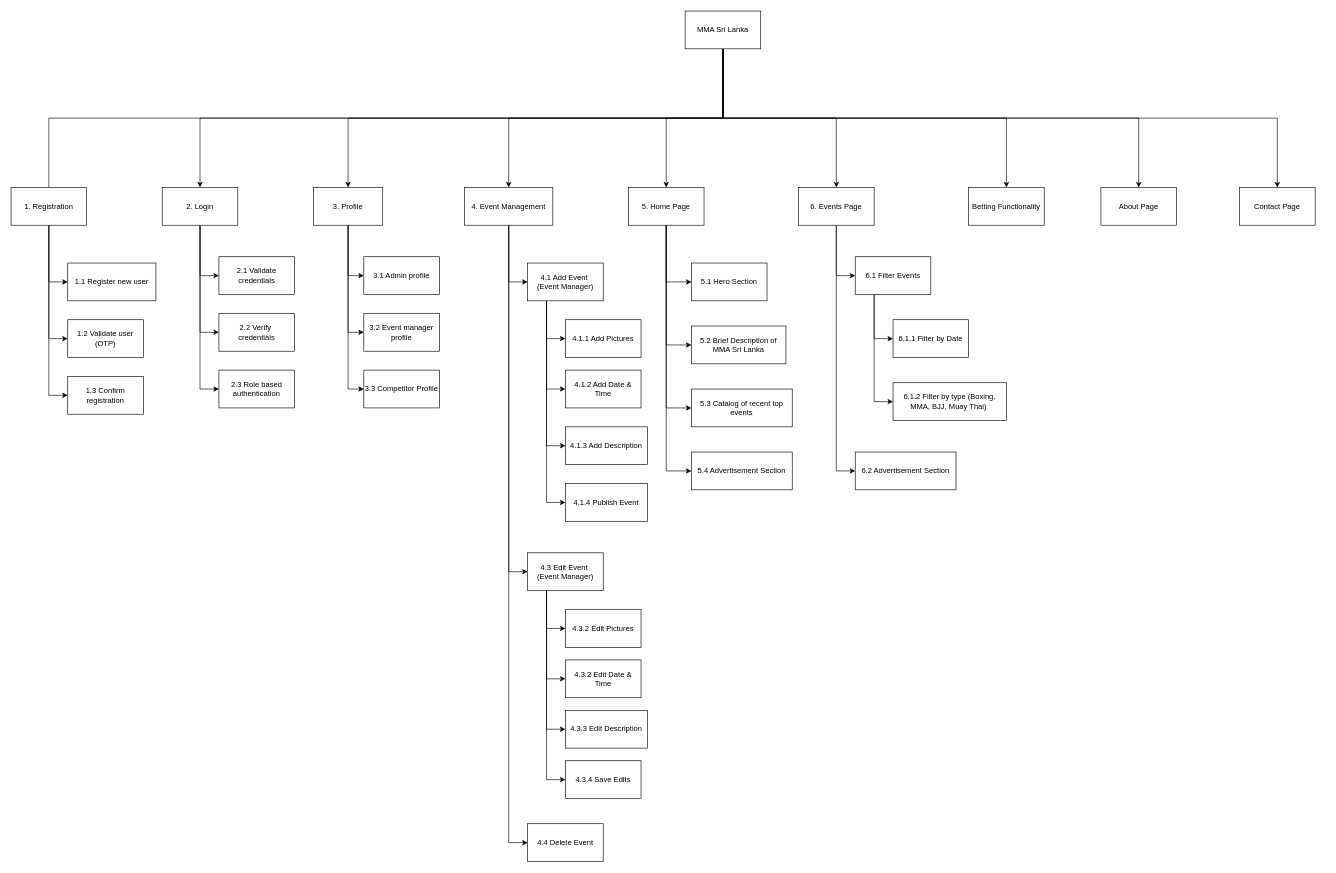
This is PM WBS V1.drawio from redhooddev/diagrams, a draw.io file, before an edit. Source tidied: cells renumbered, new cells numbered last; positions are measured from the earlier drawing's top-left corner, leaving out a move shared by most shapes. Both pictures are drawn from the tidied source at 63%, with x=0, y=0 at pixel (11, 11).
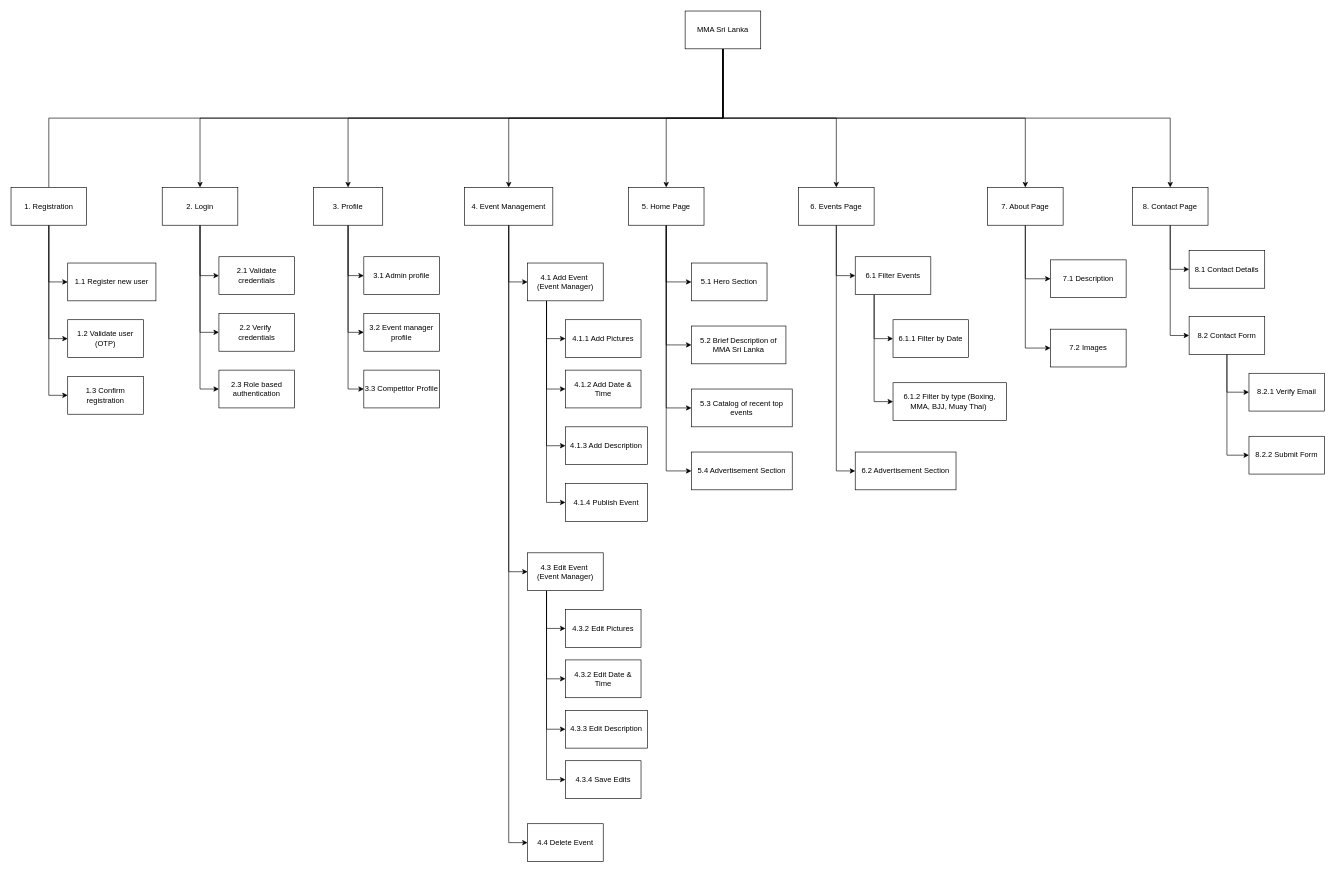
The same diagram, later.

The change refers to these unchanged cells:
```xml
<mxCell id="11" value="MMA Sri Lanka" style="rounded=0;whiteSpace=wrap;html=1;" parent="1" vertex="1">
  <mxGeometry x="1070" width="120" height="60" as="geometry" />
</mxCell>
```

What changed in the source:
```diff
@@
-    <mxCell id="8" style="edgeStyle=orthogonalEdgeStyle;rounded=0;jettySize=auto;html=1;exitX=0.5;exitY=1;exitDx=0;exitDy=0;entryX=0.5;entryY=0;entryDx=0;entryDy=0;" parent="1" edge="1" source="11" target="64">
-      <mxGeometry relative="1" as="geometry" />
-    </mxCell>
@@
-    <mxCell id="10" style="edgeStyle=orthogonalEdgeStyle;rounded=0;jettySize=auto;html=1;exitX=0.5;exitY=1;exitDx=0;exitDy=0;" parent="1" edge="1" source="11" target="36">
+    <mxCell id="10" style="edgeStyle=orthogonalEdgeStyle;rounded=0;jettySize=auto;html=1;exitX=0.5;exitY=1;exitDx=0;exitDy=0;entryX=0.5;entryY=0;entryDx=0;entryDy=0;" parent="1" edge="1" source="11" target="36">
       <mxGeometry relative="1" as="geometry" />
     </mxCell>
@@
+    <mxCell id="78" style="edgeStyle=orthogonalEdgeStyle;rounded=0;jettySize=auto;html=1;exitX=0.5;exitY=1;exitDx=0;exitDy=0;entryX=0;entryY=0.5;entryDx=0;entryDy=0;" parent="1" edge="1" source="36" target="84">
+      <mxGeometry relative="1" as="geometry" />
+    </mxCell>
+    <mxCell id="79" style="edgeStyle=orthogonalEdgeStyle;rounded=0;jettySize=auto;html=1;exitX=0.5;exitY=1;exitDx=0;exitDy=0;entryX=0;entryY=0.5;entryDx=0;entryDy=0;" parent="1" edge="1" source="36" target="87">
+      <mxGeometry relative="1" as="geometry" />
+    </mxCell>
-    <mxCell id="36" value="Contact Page" style="rounded=0;whiteSpace=wrap;html=1;" parent="1" vertex="1">
-      <mxGeometry x="1950" y="280" width="120" height="60" as="geometry" />
+    <mxCell id="36" value="8. Contact Page" style="rounded=0;whiteSpace=wrap;html=1;" parent="1" vertex="1">
+      <mxGeometry x="1780" y="280" width="120" height="60" as="geometry" />
     </mxCell>
+    <mxCell id="80" style="edgeStyle=orthogonalEdgeStyle;rounded=0;jettySize=auto;html=1;exitX=0.5;exitY=1;exitDx=0;exitDy=0;entryX=0;entryY=0.5;entryDx=0;entryDy=0;" parent="1" edge="1" source="37" target="82">
+      <mxGeometry relative="1" as="geometry" />
+    </mxCell>
+    <mxCell id="81" style="edgeStyle=orthogonalEdgeStyle;rounded=0;jettySize=auto;html=1;exitX=0.5;exitY=1;exitDx=0;exitDy=0;entryX=0;entryY=0.5;entryDx=0;entryDy=0;" parent="1" edge="1" source="37" target="83">
+      <mxGeometry relative="1" as="geometry" />
+    </mxCell>
-    <mxCell id="37" value="About Page" style="rounded=0;whiteSpace=wrap;html=1;" parent="1" vertex="1">
-      <mxGeometry x="1730" y="280" width="120" height="60" as="geometry" />
+    <mxCell id="37" value="7. About Page" style="rounded=0;whiteSpace=wrap;html=1;" parent="1" vertex="1">
+      <mxGeometry x="1550" y="280" width="120" height="60" as="geometry" />
     </mxCell>
@@
-    <mxCell id="64" value="Betting Functionality" style="rounded=0;whiteSpace=wrap;html=1;" parent="1" vertex="1">
-      <mxGeometry x="1520" y="280" width="120" height="60" as="geometry" />
-    </mxCell>
@@
+    <mxCell id="82" value="7.1 Description" style="rounded=0;whiteSpace=wrap;html=1;" parent="1" vertex="1">
+      <mxGeometry x="1650" y="395" width="120" height="60" as="geometry" />
+    </mxCell>
+    <mxCell id="83" value="7.2 Images" style="rounded=0;whiteSpace=wrap;html=1;" parent="1" vertex="1">
+      <mxGeometry x="1650" y="505" width="120" height="60" as="geometry" />
+    </mxCell>
+    <mxCell id="84" value="8.1 Contact Details" style="rounded=0;whiteSpace=wrap;html=1;" parent="1" vertex="1">
+      <mxGeometry x="1870" y="380" width="120" height="60" as="geometry" />
+    </mxCell>
+    <mxCell id="85" style="edgeStyle=orthogonalEdgeStyle;rounded=0;jettySize=auto;html=1;exitX=0.5;exitY=1;exitDx=0;exitDy=0;entryX=0;entryY=0.5;entryDx=0;entryDy=0;" parent="1" edge="1" source="87" target="88">
+      <mxGeometry relative="1" as="geometry" />
+    </mxCell>
+    <mxCell id="86" style="edgeStyle=orthogonalEdgeStyle;rounded=0;jettySize=auto;html=1;exitX=0.5;exitY=1;exitDx=0;exitDy=0;entryX=0;entryY=0.5;entryDx=0;entryDy=0;" parent="1" edge="1" source="87" target="89">
+      <mxGeometry relative="1" as="geometry" />
+    </mxCell>
+    <mxCell id="87" value="8.2 Contact Form" style="rounded=0;whiteSpace=wrap;html=1;" parent="1" vertex="1">
+      <mxGeometry x="1870" y="485" width="120" height="60" as="geometry" />
+    </mxCell>
+    <mxCell id="88" value="8.2.1 Verify Email" style="rounded=0;whiteSpace=wrap;html=1;" parent="1" vertex="1">
+      <mxGeometry x="1965" y="575" width="120" height="60" as="geometry" />
+    </mxCell>
+    <mxCell id="89" value="8.2.2 Submit Form" style="rounded=0;whiteSpace=wrap;html=1;" parent="1" vertex="1">
+      <mxGeometry x="1965" y="675" width="120" height="60" as="geometry" />
+    </mxCell>
```
